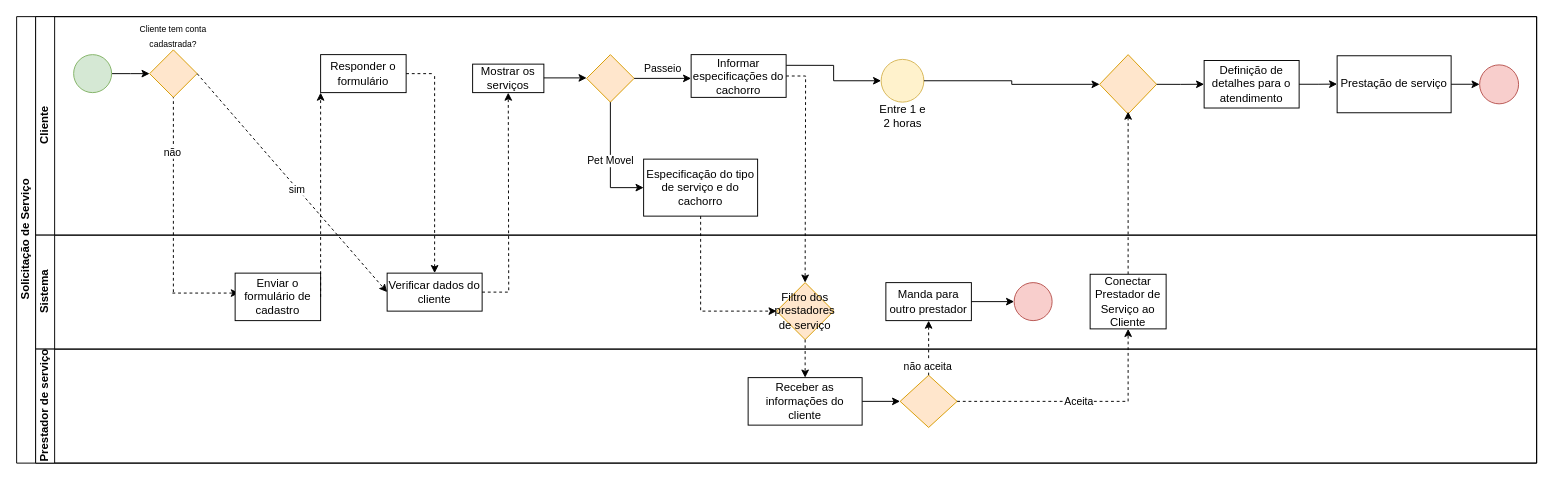
This is Solicitação de Serviço.drawio from wholocked1/projeto_eng_software_041, a draw.io file, before an edit. Source tidied: cells renumbered, new cells numbered last; positions are measured from the earlier drawing's top-left corner, leaving out a move shared by most shapes. Both pictures are drawn from the tidied source at 95%, with x=0, y=0 at pixel (16, 16).
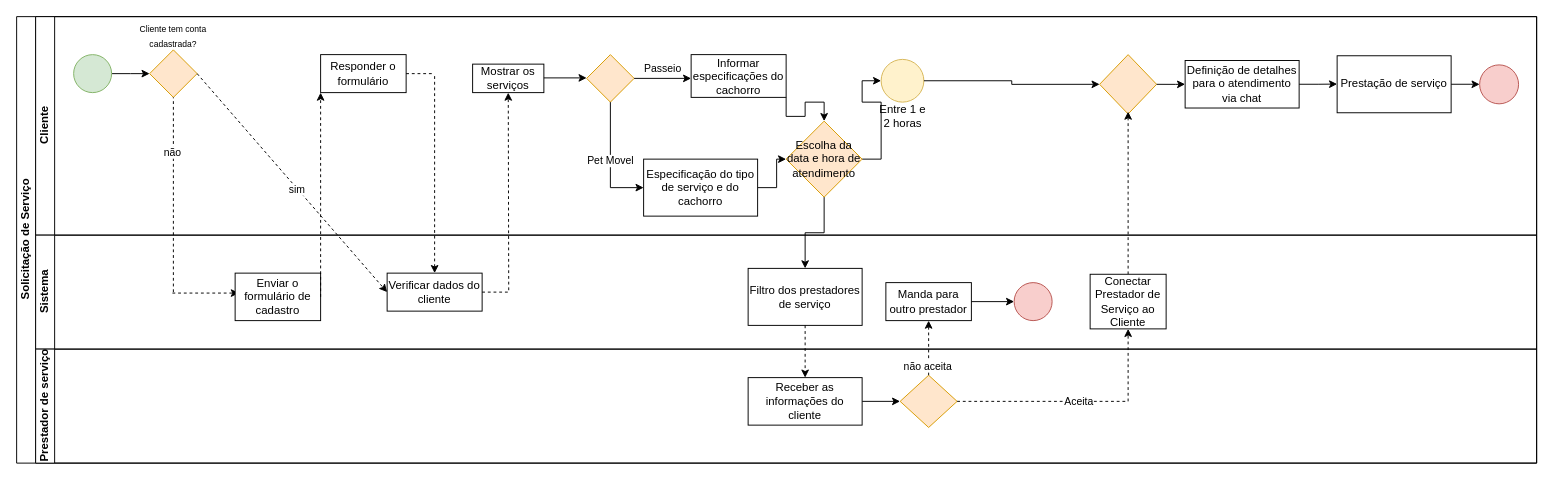
Above is the later version.

The change refers to these unchanged cells:
```xml
<mxCell id="2" value="Solicitação de Serviço" style="swimlane;html=1;horizontal=0;startSize=20;" parent="1" vertex="1">
  <mxGeometry width="1600" height="470" as="geometry" />
</mxCell>
<mxCell id="3" value="Cliente" style="swimlane;html=1;startSize=20;horizontal=0;" parent="2" vertex="1">
  <mxGeometry x="20" width="1580" height="230" as="geometry" />
</mxCell>
<mxCell id="21" value="Informar especificações do cachorro" style="rounded=0;whiteSpace=wrap;html=1;" parent="3" vertex="1">
  <mxGeometry x="690" y="40" width="100" height="45" as="geometry" />
</mxCell>
<mxCell id="22" style="ellipse;whiteSpace=wrap;html=1;fillColor=#fff2cc;strokeColor=#d6b656;" parent="3" vertex="1">
  <mxGeometry x="890" y="45" width="45" height="45" as="geometry" />
</mxCell>
<mxCell id="32" value="Especificação do tipo de serviço e do cachorro" style="rounded=0;whiteSpace=wrap;html=1;" parent="3" vertex="1">
  <mxGeometry x="640" y="150" width="120" height="60" as="geometry" />
</mxCell>
<mxCell id="33" value="Sistema" style="swimlane;html=1;startSize=20;horizontal=0;" parent="2" vertex="1">
  <mxGeometry x="20" y="230" width="1580" height="120" as="geometry" />
</mxCell>
```

Diff of the diagram source:
```diff
@@
-    <mxCell id="19" style="edgeStyle=orthogonalEdgeStyle;rounded=0;jettySize=auto;html=1;exitX=1;exitY=0.5;exitDx=0;exitDy=0;dashed=1;" parent="3" edge="1" source="21">
-      <mxGeometry relative="1" as="geometry">
-        <mxPoint x="810" y="280" as="targetPoint" />
-      </mxGeometry>
-    </mxCell>
-    <mxCell id="20" style="edgeStyle=orthogonalEdgeStyle;rounded=0;jettySize=auto;html=1;exitX=1;exitY=0.25;exitDx=0;exitDy=0;entryX=0;entryY=0.5;entryDx=0;entryDy=0;" parent="3" edge="1" source="21" target="22">
-      <mxGeometry relative="1" as="geometry" />
-    </mxCell>
+    <mxCell id="57" style="edgeStyle=orthogonalEdgeStyle;rounded=0;jettySize=auto;html=1;exitX=1;exitY=1;exitDx=0;exitDy=0;entryX=0.5;entryY=0;entryDx=0;entryDy=0;" parent="3" edge="1" source="21" target="60">
+      <mxGeometry relative="1" as="geometry" />
+    </mxCell>
@@
-    <mxCell id="26" value="Definição de detalhes para o atendimento" style="rounded=0;whiteSpace=wrap;html=1;" parent="3" vertex="1">
-      <mxGeometry x="1230" y="46.2" width="100" height="50" as="geometry" />
+    <mxCell id="26" value="Definição de detalhes para o atendimento via chat" style="rounded=0;whiteSpace=wrap;html=1;" parent="3" vertex="1">
+      <mxGeometry x="1210" y="46.2" width="120" height="50" as="geometry" />
     </mxCell>
@@
+    <mxCell id="58" style="edgeStyle=orthogonalEdgeStyle;rounded=0;jettySize=auto;html=1;exitX=1;exitY=0.5;exitDx=0;exitDy=0;entryX=0;entryY=0.5;entryDx=0;entryDy=0;" parent="3" edge="1" source="32" target="60">
+      <mxGeometry relative="1" as="geometry" />
+    </mxCell>
@@
+    <mxCell id="59" style="edgeStyle=orthogonalEdgeStyle;rounded=0;jettySize=auto;html=1;exitX=1;exitY=0.5;exitDx=0;exitDy=0;entryX=0;entryY=0.5;entryDx=0;entryDy=0;" parent="3" edge="1" source="60" target="22">
+      <mxGeometry relative="1" as="geometry" />
+    </mxCell>
+    <mxCell id="60" value="Escolha da data e hora de atendimento" style="rhombus;whiteSpace=wrap;html=1;fillColor=#ffe6cc;strokeColor=#d79b00;" parent="3" vertex="1">
+      <mxGeometry x="790" y="110" width="80" height="80" as="geometry" />
+    </mxCell>
@@
-    <mxCell id="46" value="Filtro dos prestadores de serviço" style="rhombus;whiteSpace=wrap;html=1;fillColor=#ffe6cc;strokeColor=#d79b00;" parent="33" vertex="1">
-      <mxGeometry x="780" y="50" width="60" height="60" as="geometry" />
+    <mxCell id="46" value="Filtro dos prestadores de serviço" style="rounded=0;whiteSpace=wrap;html=1;" parent="33" vertex="1">
+      <mxGeometry x="750" y="35" width="120" height="60" as="geometry" />
     </mxCell>
@@
-    <mxCell id="53" style="edgeStyle=orthogonalEdgeStyle;rounded=0;jettySize=auto;html=1;exitX=0.5;exitY=1;exitDx=0;exitDy=0;entryX=0;entryY=0.5;entryDx=0;entryDy=0;dashed=1;" parent="2" edge="1" source="32" target="46">
-      <mxGeometry relative="1" as="geometry" />
-    </mxCell>
+    <mxCell id="61" style="edgeStyle=orthogonalEdgeStyle;rounded=0;jettySize=auto;html=1;exitX=0.5;exitY=1;exitDx=0;exitDy=0;entryX=0.5;entryY=0;entryDx=0;entryDy=0;" parent="2" edge="1" source="60" target="46">
+      <mxGeometry relative="1" as="geometry" />
+    </mxCell>
```
